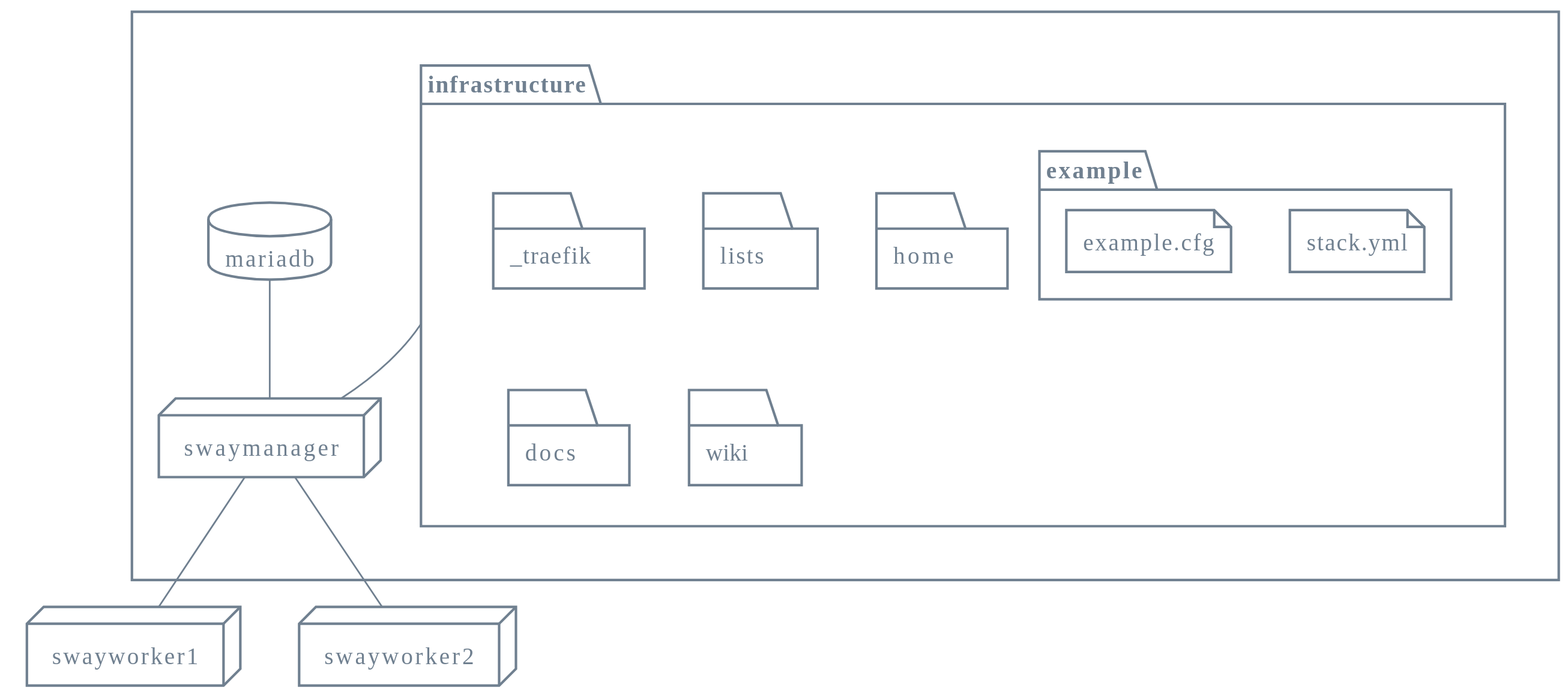
The PlantUML diagram deployment.svg in sway-me/infrastructure, before a commit.
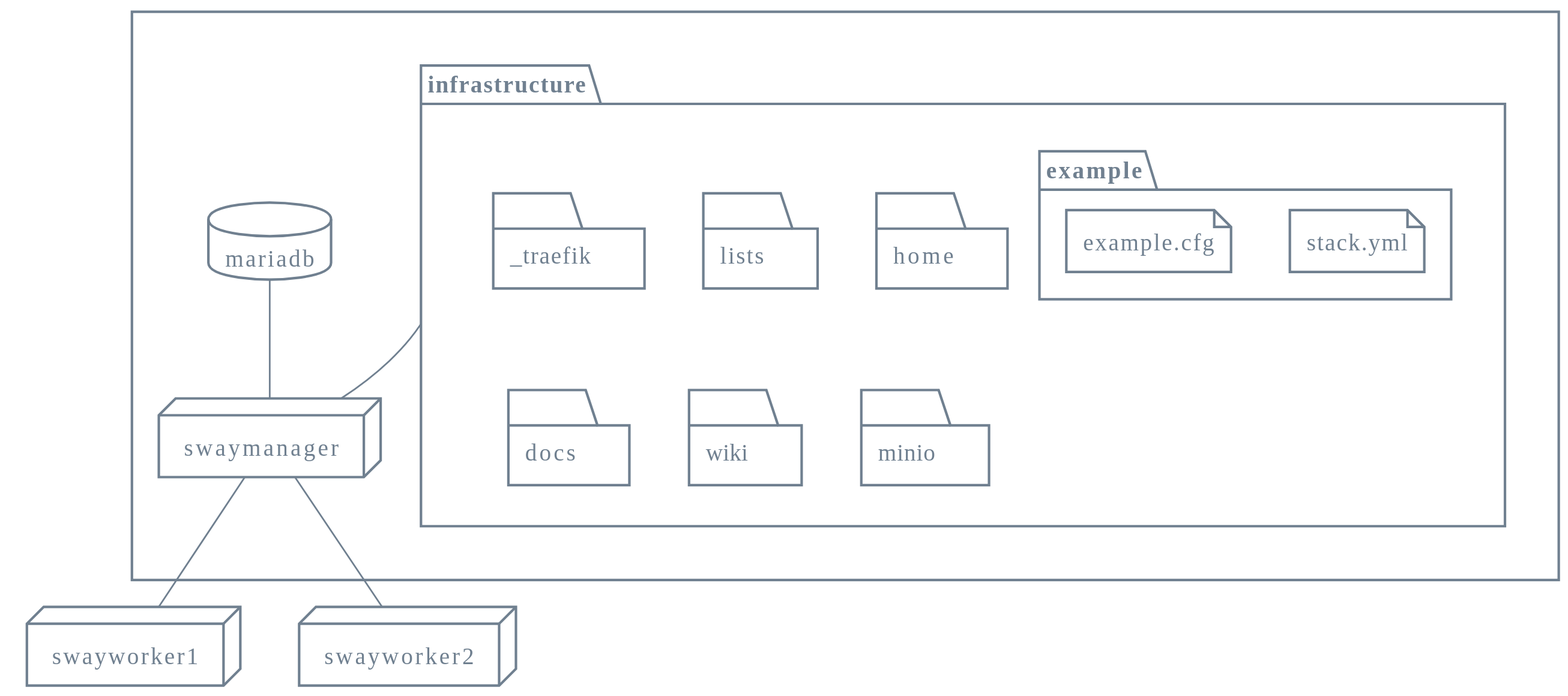
After the change.

The edit, as a diff of the source:
```diff
@@ -14,6 +14,7 @@
         folder home
         folder docs
         folder wiki
+        folder minio
 
     }
 
```
